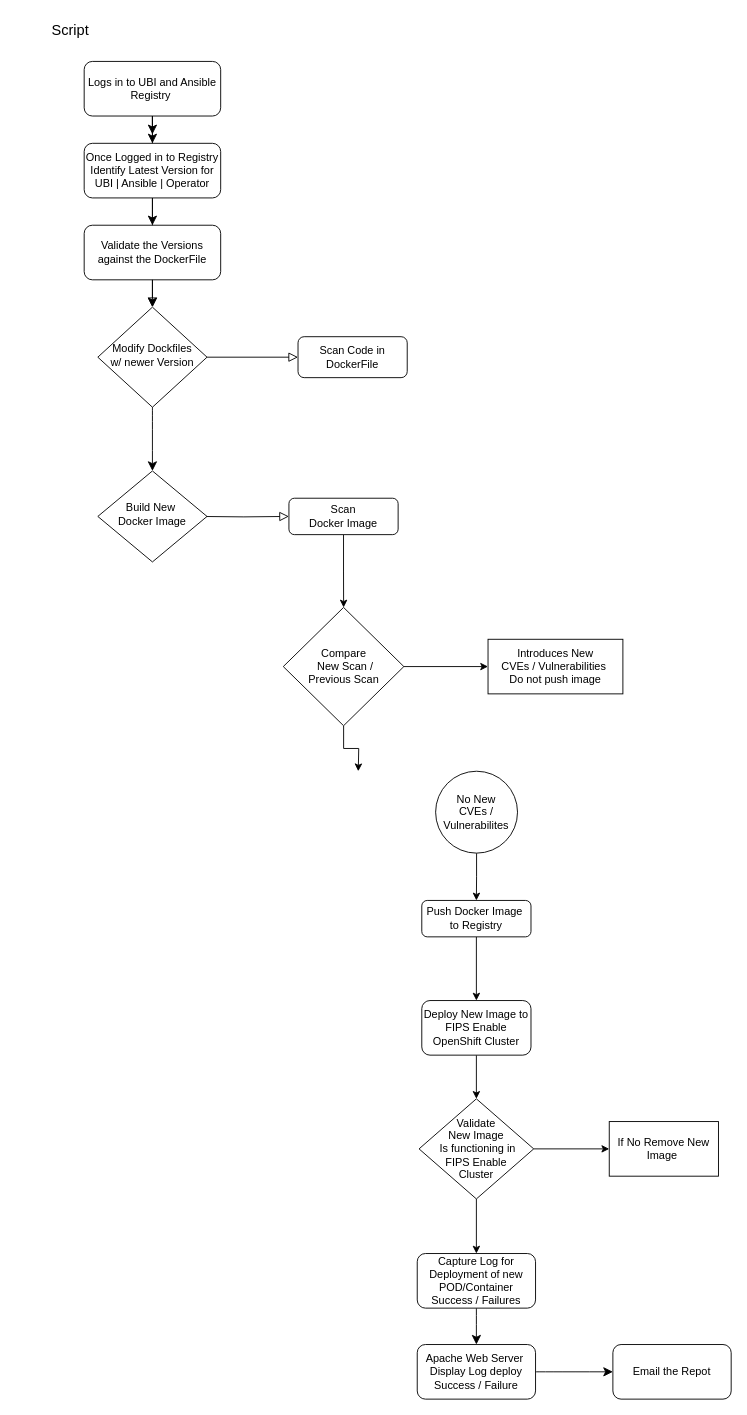
87utierrez/BaseImageValidation keeps this draw.io diagram as Untitled Diagram.drawio. Above is the earlier version. Source tidied: cells renumbered, new cells numbered last; positions are measured from the earlier drawing's top-left corner, leaving out a move shared by most shapes. Both pictures are drawn from the tidied source at 91%, with x=0, y=0 at pixel (15, 15).
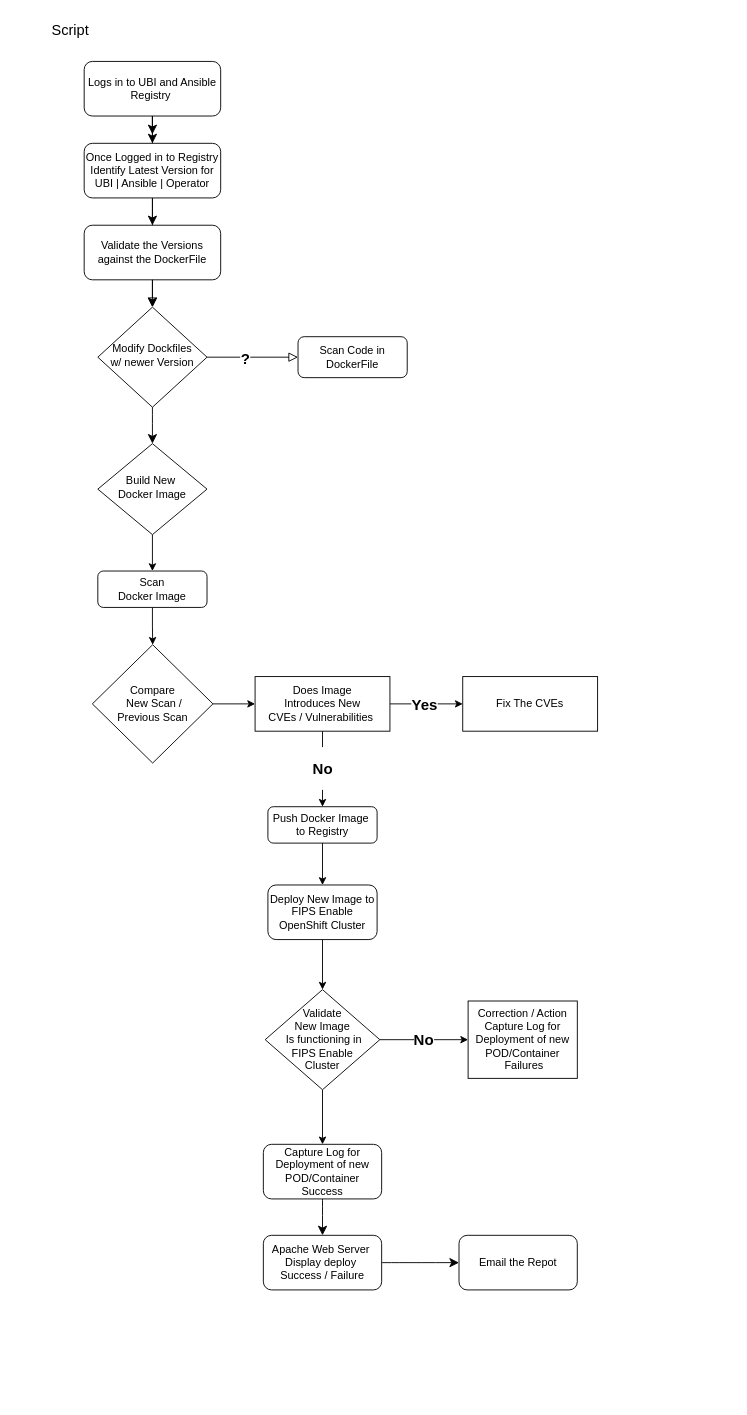
The same page after the edit.

Unchanged cells that the change refers to:
```xml
<mxCell id="6" style="edgeStyle=orthogonalEdgeStyle;rounded=0;html=1;jettySize=auto;fontSize=11;endArrow=block;endFill=0;endSize=8;strokeWidth=1;shadow=0;labelBackgroundColor=none;" parent="1" edge="1" source="7" target="8">
  <mxGeometry y="10" relative="1" as="geometry" />
</mxCell>
<mxCell id="32" style="edgeStyle=orthogonalEdgeStyle;rounded=0;jettySize=auto;html=1;" parent="1" edge="1" source="34" target="37">
  <mxGeometry relative="1" as="geometry" />
</mxCell>
```

Diff of the diagram source:
```diff
@@
+    <mxCell id="38" value="&lt;h2&gt;?&lt;/h2&gt;" style="edgeLabel;html=1;align=center;verticalAlign=middle;" parent="6" vertex="1">
+      <mxGeometry x="-0.18" y="-1" relative="1" as="geometry" />
+    </mxCell>
@@
-    <mxCell id="9" style="edgeStyle=orthogonalEdgeStyle;rounded=0;html=1;jettySize=auto;fontSize=11;endArrow=block;endFill=0;endSize=8;strokeWidth=1;shadow=0;labelBackgroundColor=none;" parent="1" edge="1" target="14">
-      <mxGeometry y="10" relative="1" as="geometry">
-        <mxPoint x="200" y="550" as="sourcePoint" />
-      </mxGeometry>
-    </mxCell>
+    <mxCell id="39" style="edgeStyle=orthogonalEdgeStyle;rounded=0;jettySize=auto;html=1;" parent="1" edge="1" source="10" target="14">
+      <mxGeometry relative="1" as="geometry" />
+    </mxCell>
     <mxCell id="10" value="Build New&amp;nbsp;&lt;br&gt;Docker Image" style="rhombus;whiteSpace=wrap;html=1;shadow=0;fontFamily=Helvetica;fontSize=12;align=center;strokeWidth=1;spacing=6;spacingTop=-4;" parent="1" vertex="1">
-      <mxGeometry x="90" y="500" width="120" height="100" as="geometry" />
+      <mxGeometry x="90" y="470" width="120" height="100" as="geometry" />
     </mxCell>
@@
     <mxCell id="12" value="Push Docker Image&amp;nbsp;&lt;br&gt;to Registry" style="rounded=1;whiteSpace=wrap;html=1;fontSize=12;glass=0;strokeWidth=1;shadow=0;" parent="1" vertex="1">
-      <mxGeometry x="446" y="972" width="120" height="40" as="geometry" />
+      <mxGeometry x="276.9" y="869" width="120" height="40" as="geometry" />
     </mxCell>
@@
     <mxCell id="14" value="Scan&lt;br&gt;Docker Image" style="rounded=1;whiteSpace=wrap;html=1;fontSize=12;glass=0;strokeWidth=1;shadow=0;" parent="1" vertex="1">
-      <mxGeometry x="300" y="530" width="120" height="40" as="geometry" />
+      <mxGeometry x="90" y="610" width="120" height="40" as="geometry" />
     </mxCell>
@@
-    <mxCell id="22" value="Capture Log for Deployment of new POD/Container&lt;br&gt;Success / Failures" style="rounded=1;whiteSpace=wrap;html=1;fontSize=12;glass=0;strokeWidth=1;shadow=0;" parent="1" vertex="1">
-      <mxGeometry x="441" y="1360" width="130" height="60" as="geometry" />
+    <mxCell id="22" value="Capture Log for Deployment of new POD/Container&lt;br&gt;Success" style="rounded=1;whiteSpace=wrap;html=1;fontSize=12;glass=0;strokeWidth=1;shadow=0;" parent="1" vertex="1">
+      <mxGeometry x="271.9" y="1240" width="130" height="60" as="geometry" />
     </mxCell>
@@
-    <mxCell id="24" value="Apache Web Server&amp;nbsp;&lt;br&gt;Display Log deploy&lt;br&gt;Success / Failure" style="rounded=1;whiteSpace=wrap;html=1;fontSize=12;glass=0;strokeWidth=1;shadow=0;" parent="1" vertex="1">
-      <mxGeometry x="441" y="1460" width="130" height="60" as="geometry" />
+    <mxCell id="24" value="Apache Web Server&amp;nbsp;&lt;br&gt;Display deploy&amp;nbsp;&lt;br&gt;Success / Failure" style="rounded=1;whiteSpace=wrap;html=1;fontSize=12;glass=0;strokeWidth=1;shadow=0;" parent="1" vertex="1">
+      <mxGeometry x="271.9" y="1340" width="130" height="60" as="geometry" />
     </mxCell>
     <mxCell id="25" value="Email the Repot" style="rounded=1;whiteSpace=wrap;html=1;fontSize=12;glass=0;strokeWidth=1;shadow=0;" parent="1" vertex="1">
-      <mxGeometry x="656" y="1460" width="130" height="60" as="geometry" />
+      <mxGeometry x="486.9" y="1340" width="130" height="60" as="geometry" />
     </mxCell>
@@
-    <mxCell id="27" style="edgeStyle=orthogonalEdgeStyle;rounded=0;jettySize=auto;html=1;" parent="1" edge="1" source="28">
-      <mxGeometry relative="1" as="geometry">
-        <mxPoint x="376.2" y="830" as="targetPoint" />
-      </mxGeometry>
-    </mxCell>
     <mxCell id="28" value="Compare &lt;br&gt;&amp;nbsp;New Scan /&lt;br&gt;Previous Scan" style="rhombus;whiteSpace=wrap;html=1;" parent="1" vertex="1">
-      <mxGeometry x="293.8" y="650" width="132.5" height="130" as="geometry" />
+      <mxGeometry x="84" y="691" width="132.5" height="130" as="geometry" />
     </mxCell>
+    <mxCell id="40" style="edgeStyle=orthogonalEdgeStyle;rounded=0;jettySize=auto;html=1;" parent="1" edge="1" source="29" target="12">
+      <mxGeometry relative="1" as="geometry" />
+    </mxCell>
+    <mxCell id="41" value="&lt;h2&gt;No&lt;/h2&gt;" style="edgeLabel;html=1;align=center;verticalAlign=middle;" parent="40" vertex="1">
+      <mxGeometry x="-0.39" y="1" relative="1" as="geometry">
+        <mxPoint x="-1" y="15" as="offset" />
+      </mxGeometry>
+    </mxCell>
+    <mxCell id="42" style="edgeStyle=orthogonalEdgeStyle;rounded=0;jettySize=auto;html=1;" parent="1" edge="1" source="29" target="45">
+      <mxGeometry relative="1" as="geometry" />
+    </mxCell>
+    <mxCell id="43" value="&lt;h2&gt;Yes&lt;/h2&gt;" style="edgeLabel;html=1;align=center;verticalAlign=middle;" parent="42" vertex="1">
+      <mxGeometry x="-0.07" relative="1" as="geometry" />
+    </mxCell>
-    <mxCell id="29" value="Introduces New &lt;br&gt;CVEs / Vulnerabilities&amp;nbsp;&lt;br&gt;Do not push image" style="whiteSpace=wrap;html=1;" parent="1" vertex="1">
-      <mxGeometry x="518.8" y="685" width="148.2" height="60" as="geometry" />
+    <mxCell id="29" value="Does Image &lt;br&gt;Introduces New &lt;br&gt;CVEs / Vulnerabilities&amp;nbsp;" style="whiteSpace=wrap;html=1;" parent="1" vertex="1">
+      <mxGeometry x="262.8" y="726" width="148.2" height="60" as="geometry" />
     </mxCell>
-    <mxCell id="30" style="edgeStyle=orthogonalEdgeStyle;rounded=0;jettySize=auto;html=1;" parent="1" edge="1" source="31" target="12">
-      <mxGeometry relative="1" as="geometry" />
-    </mxCell>
-    <mxCell id="31" value="No New&lt;br&gt;CVEs / Vulnerabilites" style="ellipse;whiteSpace=wrap;html=1;" parent="1" vertex="1">
-      <mxGeometry x="461.2" y="830" width="90" height="90" as="geometry" />
-    </mxCell>
@@
+    <mxCell id="44" value="&lt;h2&gt;No&lt;/h2&gt;" style="edgeLabel;html=1;align=center;verticalAlign=middle;" parent="32" vertex="1">
+      <mxGeometry x="-0.01" y="1" relative="1" as="geometry" />
+    </mxCell>
@@
     <mxCell id="34" value="Validate&lt;br&gt;New Image&lt;br&gt;&amp;nbsp;Is functioning in&lt;br&gt;FIPS Enable &lt;br&gt;Cluster" style="rhombus;whiteSpace=wrap;html=1;" parent="1" vertex="1">
-      <mxGeometry x="443" y="1190" width="126" height="110" as="geometry" />
+      <mxGeometry x="273.9" y="1070" width="126" height="110" as="geometry" />
     </mxCell>
@@
     <mxCell id="36" value="Deploy New Image to FIPS Enable OpenShift Cluster" style="whiteSpace=wrap;html=1;rounded=1;glass=0;strokeWidth=1;shadow=0;" parent="1" vertex="1">
-      <mxGeometry x="446" y="1082" width="120" height="60" as="geometry" />
+      <mxGeometry x="276.9" y="955" width="120" height="60" as="geometry" />
     </mxCell>
-    <mxCell id="37" value="If&amp;nbsp;No Remove New Image&amp;nbsp;" style="whiteSpace=wrap;html=1;" parent="1" vertex="1">
-      <mxGeometry x="652" y="1215" width="120" height="60" as="geometry" />
+    <mxCell id="37" value="Correction / Action&lt;br&gt;Capture Log for Deployment of new POD/Container&lt;br style=&quot;border-color: var(--border-color);&quot;&gt;&amp;nbsp;Failures" style="whiteSpace=wrap;html=1;" parent="1" vertex="1">
+      <mxGeometry x="496.9" y="1082.5" width="120" height="85" as="geometry" />
     </mxCell>
+    <mxCell id="45" value="Fix The CVEs" style="whiteSpace=wrap;html=1;" parent="1" vertex="1">
+      <mxGeometry x="491" y="726" width="148.2" height="60" as="geometry" />
+    </mxCell>
```
